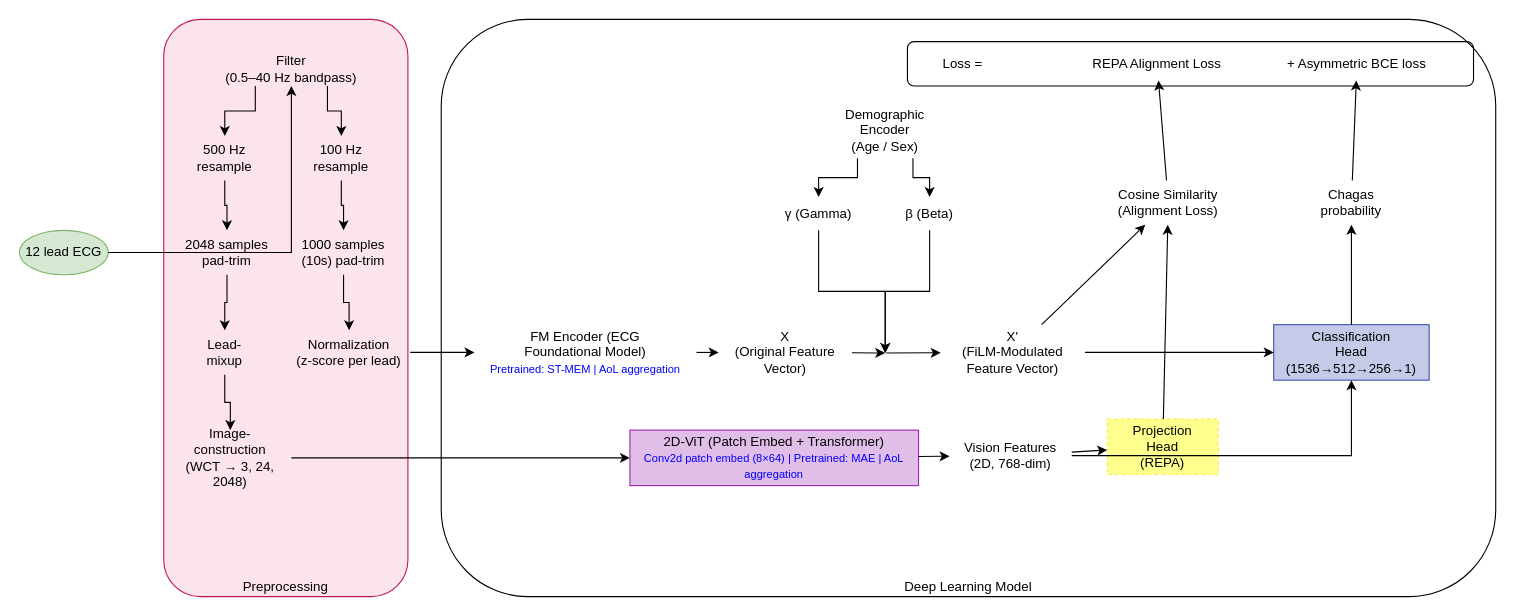
This is Final Diagrams/ml_corrected_editable.drawio from SanuthMandepa/ChagaSight, a draw.io file, before an edit. Source tidied: cells renumbered, new cells numbered last; positions are measured from the earlier drawing's top-left corner, leaving out a move shared by most shapes. Both pictures are drawn from the tidied source at 111%, with x=0, y=0 at pixel (19, 19).
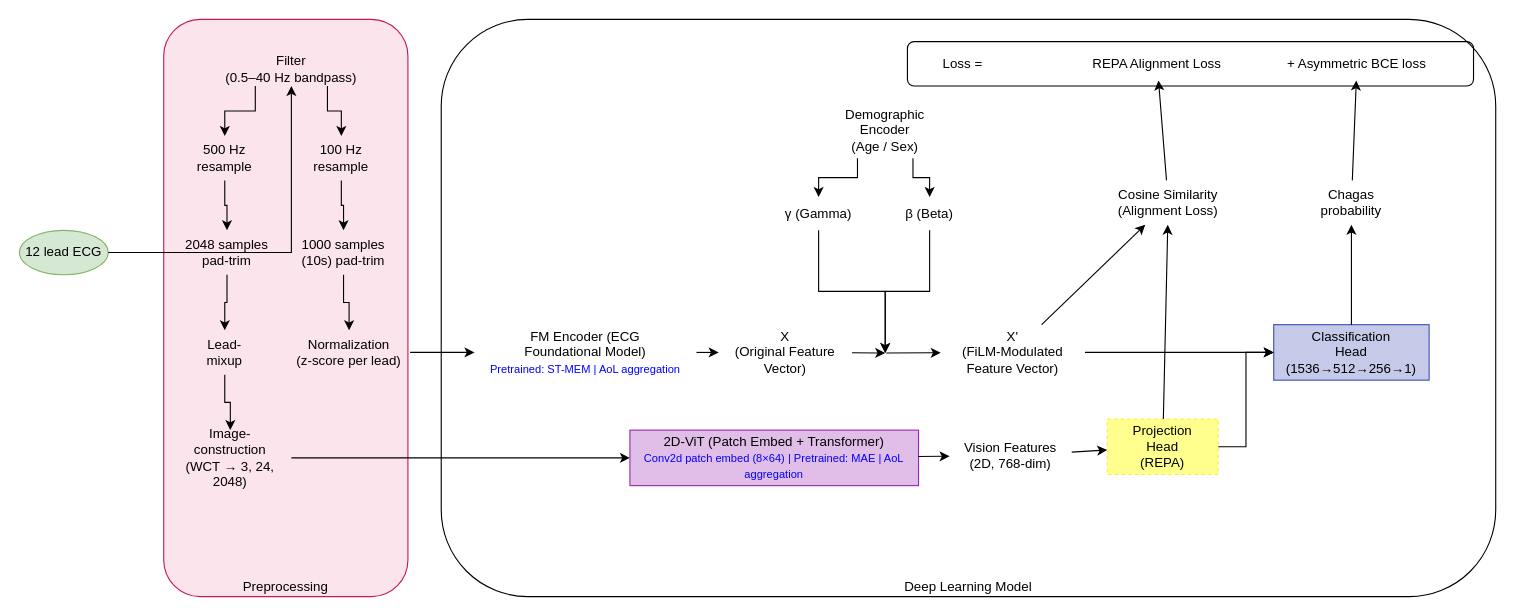
The same diagram, later.

Unchanged cells that the change refers to:
```xml
<mxCell id="21" value="Vision Features&#10;(2D, 768-dim)" style="text;html=1;strokeColor=none;fillColor=none;align=center;verticalAlign=middle;whiteSpace=wrap;rounded=0;" parent="1" vertex="1">
  <mxGeometry x="838" y="368" width="110" height="50" as="geometry" />
</mxCell>
<mxCell id="22" value="Projection&#10;Head&#10;(REPA)" style="rounded=0;whiteSpace=wrap;html=1;fillColor=#ffff8d;strokeColor=#ffeb3b;dashed=1;" parent="1" vertex="1">
  <mxGeometry x="980" y="360" width="100" height="50" as="geometry" />
</mxCell>
<mxCell id="23" value="Classification&#10;Head&#10;(1536→512→256→1)" style="rounded=0;whiteSpace=wrap;html=1;fillColor=#c5cae9;strokeColor=#3f51b5;" parent="1" vertex="1">
  <mxGeometry x="1130" y="275" width="140" height="50" as="geometry" />
</mxCell>
```

The edit, as a diff of the source:
```diff
@@
-    <mxCell id="51" style="edgeStyle=orthogonalEdgeStyle;endArrow=classic;html=1;rounded=0;exitX=1;exitY=0.5;exitDx=0;exitDy=0;entryX=0.5;entryY=1;entryDx=0;entryDy=0;" parent="1" edge="1" source="21" target="23">
-      <mxGeometry relative="1" as="geometry" />
-    </mxCell>
+    <mxCell id="56" style="edgeStyle=orthogonalEdgeStyle;endArrow=classic;html=1;rounded=0;exitX=1;exitY=0.5;exitDx=0;exitDy=0;entryX=0;entryY=0.5;entryDx=0;entryDy=0;" parent="1" edge="1" source="22" target="23">
+      <mxGeometry relative="1" as="geometry" />
+    </mxCell>
```
